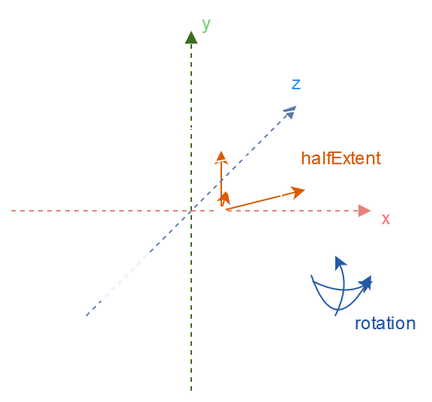
Team-Nutshell/nutshellengine-docs keeps this draw.io diagram as source/assets/collider_box.png. Above is the earlier version. Source tidied: cells renumbered, new cells last; positions are measured from the earlier drawing's top-left corner, leaving out a move shared by most shapes.
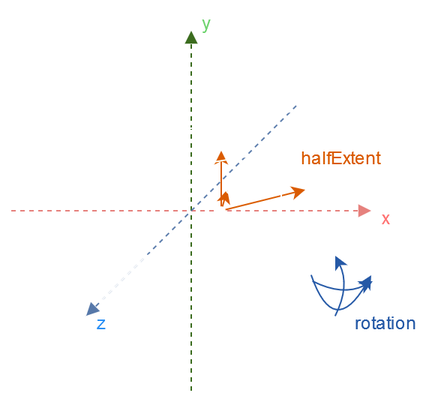
After the commit.

Commit message:
fix coordinate system in collider diagrams

The edit, as a diff of the source:
```diff
@@ -2,41 +2,41 @@
   <root>
     <mxCell id="0" />
     <mxCell id="1" parent="0" />
-    <mxCell id="2" style="endArrow=classic;html=1;rounded=0;fillColor=#fa6800;strokeColor=#FF8000;" parent="1" edge="1" source="24">
-      <mxGeometry relative="1" as="geometry">
-        <mxPoint x="144" y="126" as="targetPoint" />
-      </mxGeometry>
-    </mxCell>
-    <mxCell id="3" style="endArrow=classic;html=1;rounded=0;exitX=0.636;exitY=0.812;exitDx=0;exitDy=0;exitPerimeter=0;fillColor=#fa6800;strokeColor=#FF8000;" parent="1" edge="1" source="24">
-      <mxGeometry relative="1" as="geometry">
-        <mxPoint x="196" y="126" as="targetPoint" />
-      </mxGeometry>
-    </mxCell>
-    <mxCell id="4" style="endArrow=classic;html=1;rounded=0;fillColor=#fa6800;strokeColor=#FF8000;" parent="1" edge="1" source="24">
-      <mxGeometry relative="1" as="geometry">
-        <mxPoint x="140" y="100" as="targetPoint" />
-      </mxGeometry>
-    </mxCell>
-    <mxCell id="5" style="endArrow=block;dashed=1;html=1;rounded=0;startArrow=none;startFill=0;endFill=1;fillColor=#d5e8d4;strokeColor=#82b366;" parent="1" edge="1">
-      <mxGeometry relative="1" as="geometry">
-        <mxPoint x="120" y="260" as="sourcePoint" />
-        <mxPoint x="120" y="20" as="targetPoint" />
-      </mxGeometry>
-    </mxCell>
-    <mxCell id="6" style="endArrow=block;dashed=1;html=1;rounded=0;startArrow=none;startFill=0;endFill=1;fillColor=#f8cecc;strokeColor=#b85450;" parent="1" edge="1">
-      <mxGeometry relative="1" as="geometry">
-        <mxPoint y="140" as="sourcePoint" />
-        <mxPoint x="240" y="140" as="targetPoint" />
-      </mxGeometry>
-    </mxCell>
-    <mxCell id="7" style="endArrow=block;dashed=1;html=1;rounded=0;startArrow=none;startFill=0;endFill=1;fillColor=#dae8fc;strokeColor=#6c8ebf;" parent="1" edge="1">
-      <mxGeometry relative="1" as="geometry">
-        <mxPoint x="50" y="210" as="sourcePoint" />
-        <mxPoint x="190" y="70" as="targetPoint" />
-      </mxGeometry>
-    </mxCell>
+    <mxCell id="30" style="endArrow=classic;html=1;rounded=0;fillColor=#fa6800;strokeColor=#FF8000;" parent="1" edge="1" source="48">
+      <mxGeometry relative="1" as="geometry">
+        <mxPoint x="144" y="126" as="targetPoint" />
+      </mxGeometry>
+    </mxCell>
+    <mxCell id="31" style="endArrow=classic;html=1;rounded=0;exitX=0.636;exitY=0.812;exitDx=0;exitDy=0;exitPerimeter=0;fillColor=#fa6800;strokeColor=#FF8000;" parent="1" edge="1" source="48">
+      <mxGeometry relative="1" as="geometry">
+        <mxPoint x="196" y="126" as="targetPoint" />
+      </mxGeometry>
+    </mxCell>
+    <mxCell id="32" style="endArrow=classic;html=1;rounded=0;fillColor=#fa6800;strokeColor=#FF8000;" parent="1" edge="1" source="48">
+      <mxGeometry relative="1" as="geometry">
+        <mxPoint x="140" y="100" as="targetPoint" />
+      </mxGeometry>
+    </mxCell>
+    <mxCell id="33" style="endArrow=block;dashed=1;html=1;rounded=0;startArrow=none;startFill=0;endFill=1;fillColor=#d5e8d4;strokeColor=#82b366;" parent="1" edge="1">
+      <mxGeometry relative="1" as="geometry">
+        <mxPoint x="120" y="260" as="sourcePoint" />
+        <mxPoint x="120" y="20" as="targetPoint" />
+      </mxGeometry>
+    </mxCell>
+    <mxCell id="34" style="endArrow=block;dashed=1;html=1;rounded=0;startArrow=none;startFill=0;endFill=1;fillColor=#f8cecc;strokeColor=#b85450;" parent="1" edge="1">
+      <mxGeometry relative="1" as="geometry">
+        <mxPoint y="140" as="sourcePoint" />
+        <mxPoint x="240" y="140" as="targetPoint" />
+      </mxGeometry>
+    </mxCell>
+    <mxCell id="35" style="endArrow=block;dashed=1;html=1;rounded=0;startArrow=none;startFill=0;endFill=1;fillColor=#dae8fc;strokeColor=#6c8ebf;" parent="1" edge="1">
+      <mxGeometry relative="1" as="geometry">
+        <mxPoint x="190" y="70" as="sourcePoint" />
+        <mxPoint x="50" y="210" as="targetPoint" />
+      </mxGeometry>
+    </mxCell>
     <mxCell id="8" value="&lt;font color=&quot;#268bf0&quot;&gt;z&lt;/font&gt;" style="text;html=1;align=center;verticalAlign=middle;whiteSpace=wrap;rounded=0;" parent="1" vertex="1">
-      <mxGeometry x="160" y="40" width="60" height="30" as="geometry" />
+      <mxGeometry x="30" y="200" width="60" height="30" as="geometry" />
     </mxCell>
     <mxCell id="9" value="x" style="text;html=1;strokeColor=none;fillColor=none;align=center;verticalAlign=middle;whiteSpace=wrap;rounded=0;fontColor=#FF3333;" parent="1" vertex="1">
       <mxGeometry x="220" y="130" width="60" height="30" as="geometry" />
@@ -47,111 +47,111 @@
     <mxCell id="11" value="center" style="text;html=1;strokeColor=none;fillColor=none;align=center;verticalAlign=middle;whiteSpace=wrap;rounded=0;" parent="1" vertex="1">
       <mxGeometry x="130" y="110" width="60" height="30" as="geometry" />
     </mxCell>
-    <mxCell id="12" style="endArrow=none;html=1;rounded=0;" parent="1" edge="1">
-      <mxGeometry relative="1" as="geometry">
-        <mxPoint x="60" y="120" as="sourcePoint" />
-        <mxPoint x="180" y="100" as="targetPoint" />
-      </mxGeometry>
-    </mxCell>
-    <mxCell id="13" style="endArrow=none;html=1;rounded=0;" parent="1" edge="1">
-      <mxGeometry relative="1" as="geometry">
-        <mxPoint x="60" y="120" as="sourcePoint" />
-        <mxPoint x="60" y="200" as="targetPoint" />
-      </mxGeometry>
-    </mxCell>
-    <mxCell id="14" style="endArrow=none;html=1;rounded=0;" parent="1" edge="1">
-      <mxGeometry relative="1" as="geometry">
-        <mxPoint x="60" y="200" as="sourcePoint" />
-        <mxPoint x="180" y="180" as="targetPoint" />
-      </mxGeometry>
-    </mxCell>
-    <mxCell id="15" style="endArrow=none;html=1;rounded=0;" parent="1" edge="1">
-      <mxGeometry relative="1" as="geometry">
-        <mxPoint x="180" y="180" as="sourcePoint" />
-        <mxPoint x="180" y="100" as="targetPoint" />
-      </mxGeometry>
-    </mxCell>
-    <mxCell id="16" style="endArrow=none;html=1;rounded=0;" parent="1" edge="1">
-      <mxGeometry relative="1" as="geometry">
-        <mxPoint x="60" y="120" as="sourcePoint" />
-        <mxPoint x="90" y="90" as="targetPoint" />
-      </mxGeometry>
-    </mxCell>
-    <mxCell id="17" style="endArrow=none;html=1;rounded=0;" parent="1" edge="1">
-      <mxGeometry relative="1" as="geometry">
-        <mxPoint x="90" y="90" as="sourcePoint" />
-        <mxPoint x="210" y="70" as="targetPoint" />
-      </mxGeometry>
-    </mxCell>
-    <mxCell id="18" style="endArrow=none;html=1;rounded=0;" parent="1" edge="1">
-      <mxGeometry relative="1" as="geometry">
-        <mxPoint x="180" y="100" as="sourcePoint" />
-        <mxPoint x="210" y="70" as="targetPoint" />
-      </mxGeometry>
-    </mxCell>
-    <mxCell id="19" style="endArrow=none;html=1;rounded=0;" parent="1" edge="1">
-      <mxGeometry relative="1" as="geometry">
-        <mxPoint x="180" y="180" as="sourcePoint" />
-        <mxPoint x="210" y="150" as="targetPoint" />
-      </mxGeometry>
-    </mxCell>
-    <mxCell id="20" style="endArrow=none;html=1;rounded=0;" parent="1" edge="1">
-      <mxGeometry relative="1" as="geometry">
-        <mxPoint x="210" y="70" as="sourcePoint" />
-        <mxPoint x="210" y="150" as="targetPoint" />
-      </mxGeometry>
-    </mxCell>
-    <mxCell id="21" style="endArrow=none;html=1;rounded=0;" parent="1" edge="1">
-      <mxGeometry relative="1" as="geometry">
-        <mxPoint x="90" y="90" as="sourcePoint" />
-        <mxPoint x="90" y="170" as="targetPoint" />
-      </mxGeometry>
-    </mxCell>
-    <mxCell id="22" style="endArrow=none;html=1;rounded=0;" parent="1" edge="1">
-      <mxGeometry relative="1" as="geometry">
-        <mxPoint x="60" y="200" as="sourcePoint" />
-        <mxPoint x="90" y="170" as="targetPoint" />
-      </mxGeometry>
-    </mxCell>
-    <mxCell id="23" style="endArrow=none;html=1;rounded=0;" parent="1" edge="1">
-      <mxGeometry relative="1" as="geometry">
-        <mxPoint x="90" y="170" as="sourcePoint" />
-        <mxPoint x="210" y="150" as="targetPoint" />
-      </mxGeometry>
-    </mxCell>
-    <mxCell id="24" style="shape=waypoint;sketch=0;fillStyle=solid;size=6;points=[];fillColor=none;perimeter=centerPerimeter;snapToPoint=1;" parent="1" vertex="1">
-      <mxGeometry x="130" y="130" width="20" height="20" as="geometry" />
-    </mxCell>
+    <mxCell id="36" style="endArrow=none;html=1;rounded=0;" parent="1" edge="1">
+      <mxGeometry relative="1" as="geometry">
+        <mxPoint x="60" y="120" as="sourcePoint" />
+        <mxPoint x="180" y="100" as="targetPoint" />
+      </mxGeometry>
+    </mxCell>
+    <mxCell id="37" style="endArrow=none;html=1;rounded=0;" parent="1" edge="1">
+      <mxGeometry relative="1" as="geometry">
+        <mxPoint x="60" y="120" as="sourcePoint" />
+        <mxPoint x="60" y="200" as="targetPoint" />
+      </mxGeometry>
+    </mxCell>
+    <mxCell id="38" style="endArrow=none;html=1;rounded=0;" parent="1" edge="1">
+      <mxGeometry relative="1" as="geometry">
+        <mxPoint x="60" y="200" as="sourcePoint" />
+        <mxPoint x="180" y="180" as="targetPoint" />
+      </mxGeometry>
+    </mxCell>
+    <mxCell id="39" style="endArrow=none;html=1;rounded=0;" parent="1" edge="1">
+      <mxGeometry relative="1" as="geometry">
+        <mxPoint x="180" y="180" as="sourcePoint" />
+        <mxPoint x="180" y="100" as="targetPoint" />
+      </mxGeometry>
+    </mxCell>
+    <mxCell id="40" style="endArrow=none;html=1;rounded=0;" parent="1" edge="1">
+      <mxGeometry relative="1" as="geometry">
+        <mxPoint x="60" y="120" as="sourcePoint" />
+        <mxPoint x="90" y="90" as="targetPoint" />
+      </mxGeometry>
+    </mxCell>
+    <mxCell id="41" style="endArrow=none;html=1;rounded=0;" parent="1" edge="1">
+      <mxGeometry relative="1" as="geometry">
+        <mxPoint x="90" y="90" as="sourcePoint" />
+        <mxPoint x="210" y="70" as="targetPoint" />
+      </mxGeometry>
+    </mxCell>
+    <mxCell id="42" style="endArrow=none;html=1;rounded=0;" parent="1" edge="1">
+      <mxGeometry relative="1" as="geometry">
+        <mxPoint x="180" y="100" as="sourcePoint" />
+        <mxPoint x="210" y="70" as="targetPoint" />
+      </mxGeometry>
+    </mxCell>
+    <mxCell id="43" style="endArrow=none;html=1;rounded=0;" parent="1" edge="1">
+      <mxGeometry relative="1" as="geometry">
+        <mxPoint x="180" y="180" as="sourcePoint" />
+        <mxPoint x="210" y="150" as="targetPoint" />
+      </mxGeometry>
+    </mxCell>
+    <mxCell id="44" style="endArrow=none;html=1;rounded=0;" parent="1" edge="1">
+      <mxGeometry relative="1" as="geometry">
+        <mxPoint x="210" y="70" as="sourcePoint" />
+        <mxPoint x="210" y="150" as="targetPoint" />
+      </mxGeometry>
+    </mxCell>
+    <mxCell id="45" style="endArrow=none;html=1;rounded=0;" parent="1" edge="1">
+      <mxGeometry relative="1" as="geometry">
+        <mxPoint x="90" y="90" as="sourcePoint" />
+        <mxPoint x="90" y="170" as="targetPoint" />
+      </mxGeometry>
+    </mxCell>
+    <mxCell id="46" style="endArrow=none;html=1;rounded=0;" parent="1" edge="1">
+      <mxGeometry relative="1" as="geometry">
+        <mxPoint x="60" y="200" as="sourcePoint" />
+        <mxPoint x="90" y="170" as="targetPoint" />
+      </mxGeometry>
+    </mxCell>
+    <mxCell id="47" style="endArrow=none;html=1;rounded=0;" parent="1" edge="1">
+      <mxGeometry relative="1" as="geometry">
+        <mxPoint x="90" y="170" as="sourcePoint" />
+        <mxPoint x="210" y="150" as="targetPoint" />
+      </mxGeometry>
+    </mxCell>
+    <mxCell id="48" style="shape=waypoint;sketch=0;fillStyle=solid;size=6;points=[];fillColor=none;perimeter=centerPerimeter;snapToPoint=1;" parent="1" vertex="1">
+      <mxGeometry x="130" y="130" width="20" height="20" as="geometry" />
+    </mxCell>
     <mxCell id="25" value="&lt;font color=&quot;#ff8000&quot;&gt;halfExtent&lt;/font&gt;" style="text;html=1;strokeColor=none;fillColor=none;align=center;verticalAlign=middle;whiteSpace=wrap;rounded=0;" parent="1" vertex="1">
       <mxGeometry x="190" y="90" width="60" height="30" as="geometry" />
     </mxCell>
-    <mxCell id="26" style="curved=1;endArrow=classic;html=1;rounded=0;strokeColor=#7DB1FF;" parent="1" edge="1">
-      <mxGeometry relative="1" as="geometry">
-        <mxPoint x="216" y="210" as="sourcePoint" />
-        <mxPoint x="216" y="170" as="targetPoint" />
-        <Array as="points">
-          <mxPoint x="226" y="190" />
-        </Array>
-      </mxGeometry>
-    </mxCell>
-    <mxCell id="27" style="curved=1;endArrow=classic;html=1;rounded=0;strokeColor=#7DB1FF;" parent="1" edge="1">
-      <mxGeometry relative="1" as="geometry">
-        <mxPoint x="201" y="187" as="sourcePoint" />
-        <mxPoint x="241" y="187" as="targetPoint" />
-        <Array as="points">
-          <mxPoint x="221" y="197" />
-        </Array>
-      </mxGeometry>
-    </mxCell>
-    <mxCell id="28" style="curved=1;endArrow=classic;html=1;rounded=0;strokeColor=#7DB1FF;" parent="1" edge="1">
-      <mxGeometry relative="1" as="geometry">
-        <mxPoint x="200" y="183" as="sourcePoint" />
-        <mxPoint x="240" y="183" as="targetPoint" />
-        <Array as="points">
-          <mxPoint x="215" y="226" />
-        </Array>
-      </mxGeometry>
-    </mxCell>
+    <mxCell id="49" style="curved=1;endArrow=classic;html=1;rounded=0;strokeColor=#7DB1FF;" parent="1" edge="1">
+      <mxGeometry relative="1" as="geometry">
+        <mxPoint x="216" y="210" as="sourcePoint" />
+        <mxPoint x="216" y="170" as="targetPoint" />
+        <Array as="points">
+          <mxPoint x="226" y="190" />
+        </Array>
+      </mxGeometry>
+    </mxCell>
+    <mxCell id="50" style="curved=1;endArrow=classic;html=1;rounded=0;strokeColor=#7DB1FF;" parent="1" edge="1">
+      <mxGeometry relative="1" as="geometry">
+        <mxPoint x="201" y="187" as="sourcePoint" />
+        <mxPoint x="241" y="187" as="targetPoint" />
+        <Array as="points">
+          <mxPoint x="221" y="197" />
+        </Array>
+      </mxGeometry>
+    </mxCell>
+    <mxCell id="51" style="curved=1;endArrow=classic;html=1;rounded=0;strokeColor=#7DB1FF;" parent="1" edge="1">
+      <mxGeometry relative="1" as="geometry">
+        <mxPoint x="200" y="183" as="sourcePoint" />
+        <mxPoint x="240" y="183" as="targetPoint" />
+        <Array as="points">
+          <mxPoint x="215" y="226" />
+        </Array>
+      </mxGeometry>
+    </mxCell>
     <mxCell id="29" value="&lt;font color=&quot;#7db1ff&quot;&gt;rotation&lt;/font&gt;" style="text;html=1;strokeColor=none;fillColor=none;align=center;verticalAlign=middle;whiteSpace=wrap;rounded=0;" parent="1" vertex="1">
       <mxGeometry x="220" y="200" width="60" height="30" as="geometry" />
     </mxCell>
```
